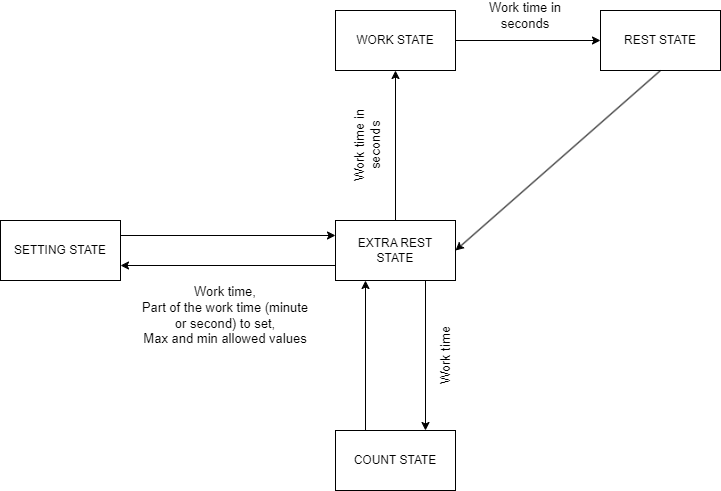
Above: doc/state_machine.png in Tushar625/Study-Timer (draw.io), before the change. Source tidied: cells renumbered, new cells last; positions are measured from the earlier drawing's top-left corner, leaving out a move shared by most shapes. Its diagram source:
```xml
<mxGraphModel background="#ffffff">
  <root>
    <mxCell id="0" />
    <mxCell id="1" parent="0" />
    <mxCell id="2" style="edgeStyle=none;html=1;exitX=1;exitY=0.5;exitDx=0;exitDy=0;entryX=0;entryY=0.5;entryDx=0;entryDy=0;strokeColor=#000000;fontColor=#000000;labelBackgroundColor=none;" parent="1" edge="1" source="3" target="5">
      <mxGeometry relative="1" as="geometry" />
    </mxCell>
    <mxCell id="3" value="&lt;font color=&quot;#000000&quot;&gt;WORK STATE&lt;/font&gt;" style="whiteSpace=wrap;html=1;fillColor=none;strokeColor=#000000;" parent="1" vertex="1">
      <mxGeometry x="335" y="10" width="120" height="60" as="geometry" />
    </mxCell>
    <mxCell id="4" style="edgeStyle=none;html=1;exitX=0.5;exitY=1;exitDx=0;exitDy=0;entryX=1;entryY=0.5;entryDx=0;entryDy=0;strokeColor=#000000;fontColor=#000000;" parent="1" edge="1" source="5" target="9">
      <mxGeometry relative="1" as="geometry" />
    </mxCell>
    <mxCell id="5" value="&lt;font color=&quot;#000000&quot;&gt;REST STATE&lt;/font&gt;" style="whiteSpace=wrap;html=1;fillColor=none;strokeColor=#000000;" parent="1" vertex="1">
      <mxGeometry x="600" y="10" width="120" height="60" as="geometry" />
    </mxCell>
    <mxCell id="6" style="edgeStyle=none;html=1;exitX=0.5;exitY=0;exitDx=0;exitDy=0;entryX=0.5;entryY=1;entryDx=0;entryDy=0;fontColor=#000000;strokeColor=#000000;labelBackgroundColor=none;" parent="1" edge="1" source="9" target="3">
      <mxGeometry relative="1" as="geometry" />
    </mxCell>
    <mxCell id="7" style="edgeStyle=none;html=1;exitX=0;exitY=0.25;exitDx=0;exitDy=0;entryX=1;entryY=0.25;entryDx=0;entryDy=0;strokeColor=#000000;fontColor=#000000;endArrow=none;endFill=0;startArrow=classic;startFill=1;" parent="1" edge="1" source="9" target="11">
      <mxGeometry relative="1" as="geometry" />
    </mxCell>
    <mxCell id="8" style="edgeStyle=none;html=1;exitX=0.25;exitY=1;exitDx=0;exitDy=0;entryX=0.25;entryY=0;entryDx=0;entryDy=0;labelBackgroundColor=none;strokeColor=#000000;fontSize=13;fontColor=#000000;startArrow=classic;startFill=1;endArrow=none;endFill=0;" parent="1" edge="1" source="9" target="16">
      <mxGeometry relative="1" as="geometry" />
    </mxCell>
    <mxCell id="9" value="&lt;font color=&quot;#000000&quot;&gt;EXTRA REST&lt;br&gt;STATE&lt;/font&gt;" style="whiteSpace=wrap;html=1;fillColor=none;strokeColor=#000000;" parent="1" vertex="1">
      <mxGeometry x="335" y="220" width="120" height="60" as="geometry" />
    </mxCell>
    <mxCell id="10" style="edgeStyle=none;html=1;exitX=1;exitY=0.75;exitDx=0;exitDy=0;entryX=0;entryY=0.75;entryDx=0;entryDy=0;strokeColor=#000000;fontColor=#000000;startArrow=classic;startFill=1;endArrow=none;endFill=0;" parent="1" edge="1" source="11" target="9">
      <mxGeometry relative="1" as="geometry" />
    </mxCell>
    <mxCell id="11" value="&lt;font color=&quot;#000000&quot;&gt;SETTING STATE&lt;/font&gt;" style="whiteSpace=wrap;html=1;fillColor=none;strokeColor=#000000;" parent="1" vertex="1">
      <mxGeometry y="220" width="120" height="60" as="geometry" />
    </mxCell>
    <mxCell id="12" value="&lt;font style=&quot;font-size: 13px;&quot;&gt;Work time in seconds&lt;/font&gt;" style="text;strokeColor=none;align=center;fillColor=none;html=1;verticalAlign=middle;whiteSpace=wrap;rounded=0;fontColor=#000000;rotation=270;" parent="1" vertex="1">
      <mxGeometry x="322" y="130" width="90" height="30" as="geometry" />
    </mxCell>
    <mxCell id="13" value="&lt;font style=&quot;font-size: 13px;&quot;&gt;Work time in seconds&lt;/font&gt;" style="text;strokeColor=none;align=center;fillColor=none;html=1;verticalAlign=middle;whiteSpace=wrap;rounded=0;fontColor=#000000;" parent="1" vertex="1">
      <mxGeometry x="480" width="90" height="30" as="geometry" />
    </mxCell>
    <mxCell id="14" value="&lt;font style=&quot;font-size: 13px;&quot;&gt;Work time,&lt;br&gt;Part of the work time (minute or second) to set,&lt;br&gt;Max and min allowed values&lt;br&gt;&lt;/font&gt;" style="text;strokeColor=none;align=center;fillColor=none;html=1;verticalAlign=middle;whiteSpace=wrap;rounded=0;fontColor=#000000;" parent="1" vertex="1">
      <mxGeometry x="140" y="280" width="170" height="70" as="geometry" />
    </mxCell>
    <mxCell id="15" style="edgeStyle=none;html=1;exitX=0.75;exitY=0;exitDx=0;exitDy=0;entryX=0.75;entryY=1;entryDx=0;entryDy=0;labelBackgroundColor=none;strokeColor=#000000;fontSize=13;fontColor=#000000;startArrow=classic;startFill=1;endArrow=none;endFill=0;" parent="1" edge="1" source="16" target="9">
      <mxGeometry relative="1" as="geometry" />
    </mxCell>
    <mxCell id="16" value="&lt;font color=&quot;#000000&quot;&gt;COUNT STATE&lt;/font&gt;" style="whiteSpace=wrap;html=1;fillColor=none;strokeColor=#000000;" parent="1" vertex="1">
      <mxGeometry x="335" y="430" width="120" height="60" as="geometry" />
    </mxCell>
    <mxCell id="17" value="&lt;font style=&quot;font-size: 13px;&quot;&gt;Work time&lt;/font&gt;" style="text;strokeColor=none;align=center;fillColor=none;html=1;verticalAlign=middle;whiteSpace=wrap;rounded=0;fontColor=#000000;rotation=270;" parent="1" vertex="1">
      <mxGeometry x="400" y="340" width="90" height="30" as="geometry" />
    </mxCell>
  </root>
</mxGraphModel>
```
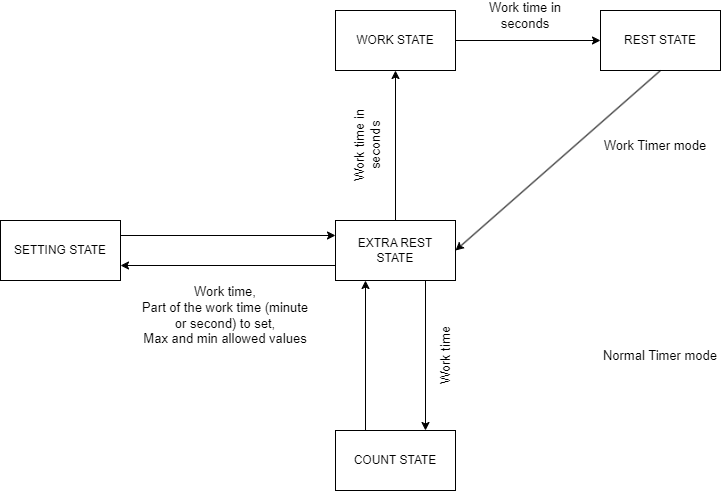
Above is the later version.

Commit message:
added a little progress bar display in work_state and all files are commented

Diff of the diagram source:
```diff
@@ -50,5 +50,11 @@
     <mxCell id="17" value="&lt;font style=&quot;font-size: 13px;&quot;&gt;Work time&lt;/font&gt;" style="text;strokeColor=none;align=center;fillColor=none;html=1;verticalAlign=middle;whiteSpace=wrap;rounded=0;fontColor=#000000;rotation=270;" parent="1" vertex="1">
       <mxGeometry x="400" y="340" width="90" height="30" as="geometry" />
     </mxCell>
+    <mxCell id="18" value="Work Timer mode" style="text;strokeColor=none;align=center;fillColor=none;html=1;verticalAlign=middle;whiteSpace=wrap;rounded=0;fontSize=13;fontColor=#000000;" parent="1" vertex="1">
+      <mxGeometry x="590" y="130" width="130" height="30" as="geometry" />
+    </mxCell>
+    <mxCell id="19" value="Normal Timer mode" style="text;strokeColor=none;align=center;fillColor=none;html=1;verticalAlign=middle;whiteSpace=wrap;rounded=0;fontSize=13;fontColor=#000000;" parent="1" vertex="1">
+      <mxGeometry x="595" y="340" width="130" height="30" as="geometry" />
+    </mxCell>
   </root>
 </mxGraphModel>
```
